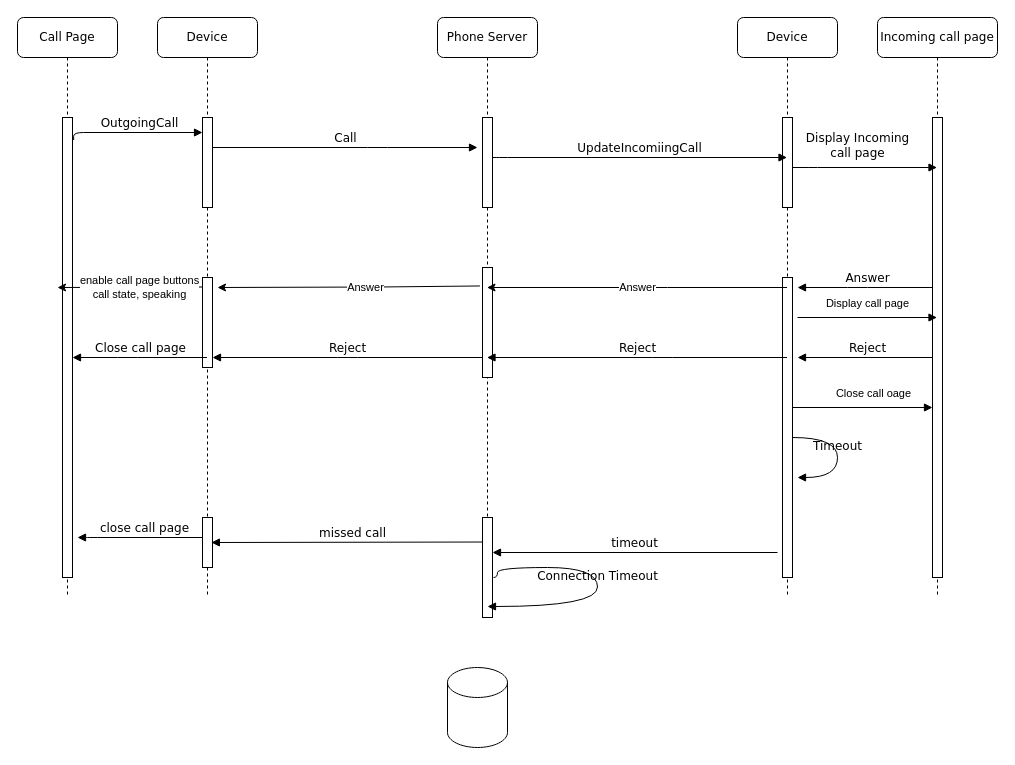
This is Doc/PhoneServerSequenceDiagram.drawio from amalia-angela/PhoneApp, a draw.io file, before an edit. Source tidied: cells renumbered, new cells numbered last; positions are measured from the earlier drawing's top-left corner, leaving out a move shared by most shapes. Both pictures are drawn from the tidied source at 100%, with x=0, y=0 at pixel (17, 17).
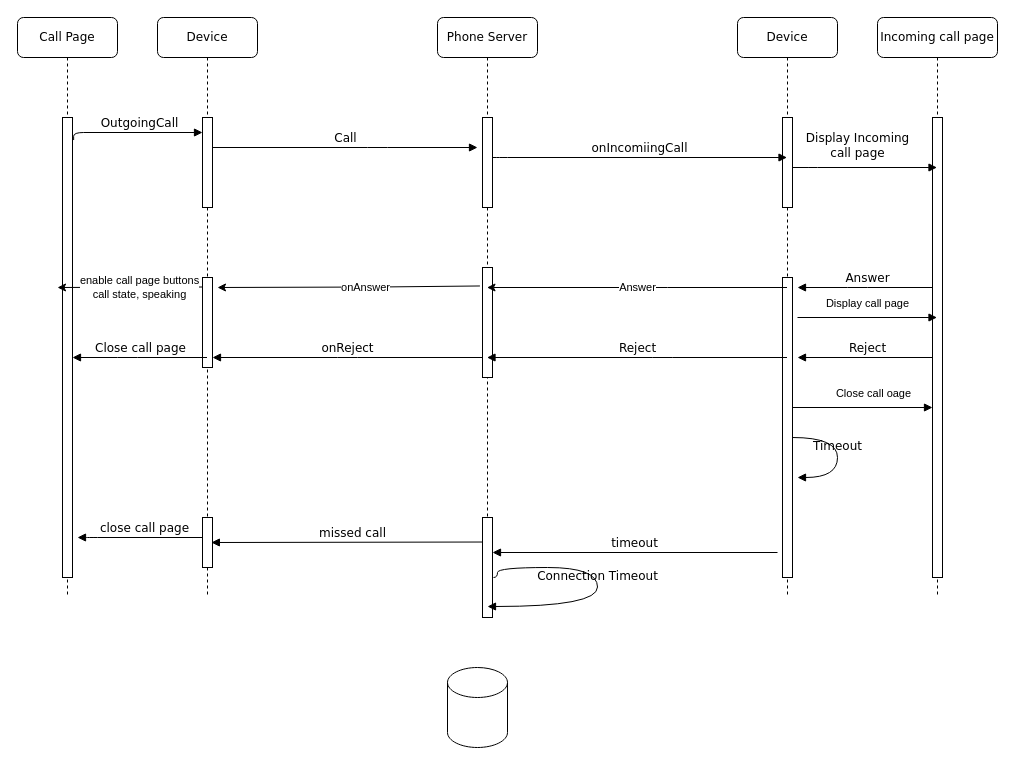
After the change.

The change refers to these unchanged cells:
```xml
<mxCell id="8" value="Phone Server" style="shape=umlLifeline;perimeter=lifelinePerimeter;whiteSpace=wrap;html=1;outlineConnect=0;rounded=1;shadow=0;comic=0;labelBackgroundColor=none;strokeWidth=1;fontFamily=Verdana;fontSize=12;align=center;" parent="1" vertex="1">
  <mxGeometry x="420" width="100" height="570" as="geometry" />
</mxCell>
<mxCell id="9" style="html=1;points=[];perimeter=orthogonalPerimeter;rounded=0;shadow=0;comic=0;labelBackgroundColor=none;strokeWidth=1;fontFamily=Verdana;fontSize=12;align=center;" parent="8" vertex="1">
  <mxGeometry x="45" y="100" width="10" height="90" as="geometry" />
</mxCell>
<mxCell id="12" style="html=1;points=[];perimeter=orthogonalPerimeter;rounded=0;shadow=0;comic=0;labelBackgroundColor=none;strokeWidth=1;fontFamily=Verdana;fontSize=12;align=center;" parent="8" vertex="1">
  <mxGeometry x="45" y="250" width="10" height="110" as="geometry" />
</mxCell>
<mxCell id="14" value="Device" style="shape=umlLifeline;perimeter=lifelinePerimeter;whiteSpace=wrap;html=1;outlineConnect=0;rounded=1;shadow=0;comic=0;labelBackgroundColor=none;strokeWidth=1;fontFamily=Verdana;fontSize=12;align=center;" parent="1" vertex="1">
  <mxGeometry x="720" width="100" height="580" as="geometry" />
</mxCell>
```

Change to the diagram source:
```diff
@@
-    <mxCell id="13" value="Reject" style="html=1;verticalAlign=bottom;endArrow=block;labelBackgroundColor=none;fontFamily=Verdana;fontSize=12;edgeStyle=elbowEdgeStyle;elbow=vertical;" parent="8" edge="1">
+    <mxCell id="13" value="onReject&lt;br&gt;" style="html=1;verticalAlign=bottom;endArrow=block;labelBackgroundColor=none;fontFamily=Verdana;fontSize=12;edgeStyle=elbowEdgeStyle;elbow=vertical;" parent="8" edge="1">
       <mxGeometry relative="1" as="geometry">
         <mxPoint x="45" y="340" as="sourcePoint" />
         <mxPoint x="-225" y="340" as="targetPoint" />
       </mxGeometry>
     </mxCell>
@@
-    <mxCell id="25" value="UpdateIncomiingCall" style="html=1;verticalAlign=bottom;endArrow=block;labelBackgroundColor=none;fontFamily=Verdana;fontSize=12;edgeStyle=elbowEdgeStyle;elbow=vertical;" parent="1" edge="1" source="9" target="14">
+    <mxCell id="25" value="onIncomiingCall" style="html=1;verticalAlign=bottom;endArrow=block;labelBackgroundColor=none;fontFamily=Verdana;fontSize=12;edgeStyle=elbowEdgeStyle;elbow=vertical;" parent="1" edge="1" source="9" target="14">
       <mxGeometry relative="1" as="geometry">
         <Array as="points">
           <mxPoint x="480" y="140" />
         </Array>
       </mxGeometry>
     </mxCell>
@@
-    <mxCell id="30" value="Answer&lt;br&gt;" style="endArrow=classic;html=1;rounded=0;exitX=-0.257;exitY=0.168;exitDx=0;exitDy=0;exitPerimeter=0;" parent="1" edge="1" source="12">
+    <mxCell id="30" value="onAnswer&lt;br&gt;" style="endArrow=classic;html=1;rounded=0;exitX=-0.257;exitY=0.168;exitDx=0;exitDy=0;exitPerimeter=0;" parent="1" edge="1" source="12">
       <mxGeometry x="-0.13" relative="1" as="geometry">
         <mxPoint x="200" y="270" as="targetPoint" />
         <Array as="points">
           <mxPoint x="360.5" y="269.5" />
         </Array>
       </mxGeometry>
     </mxCell>
```
